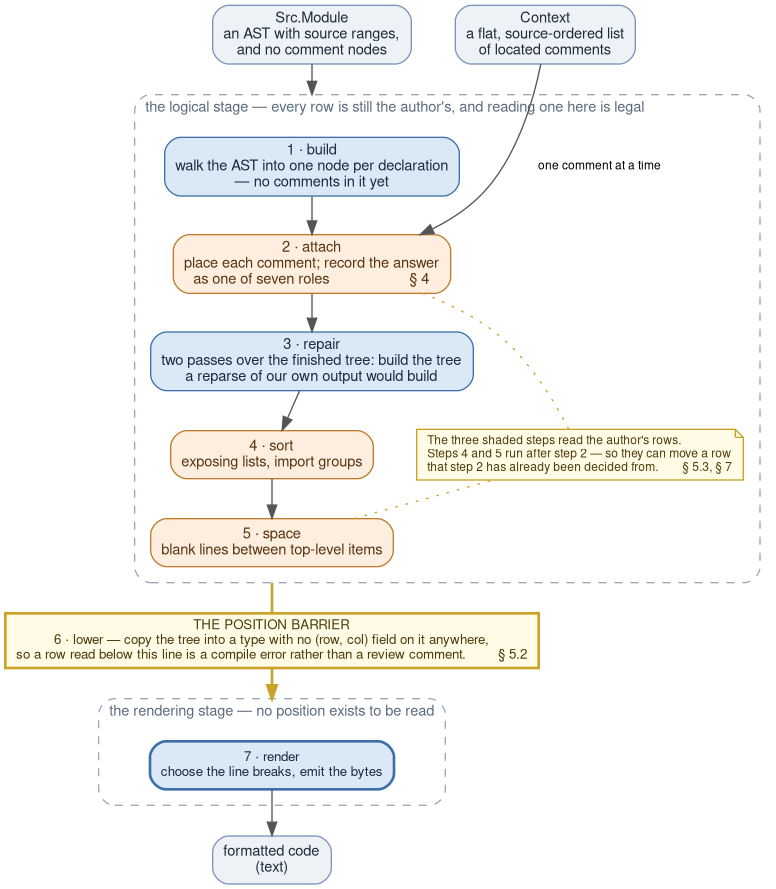
Above: docs/diagrams/position-barrier.png in gilramir/gren-format-lib (Graphviz), before the change. Its source is kept beside it as docs/diagrams/position-barrier.dot.
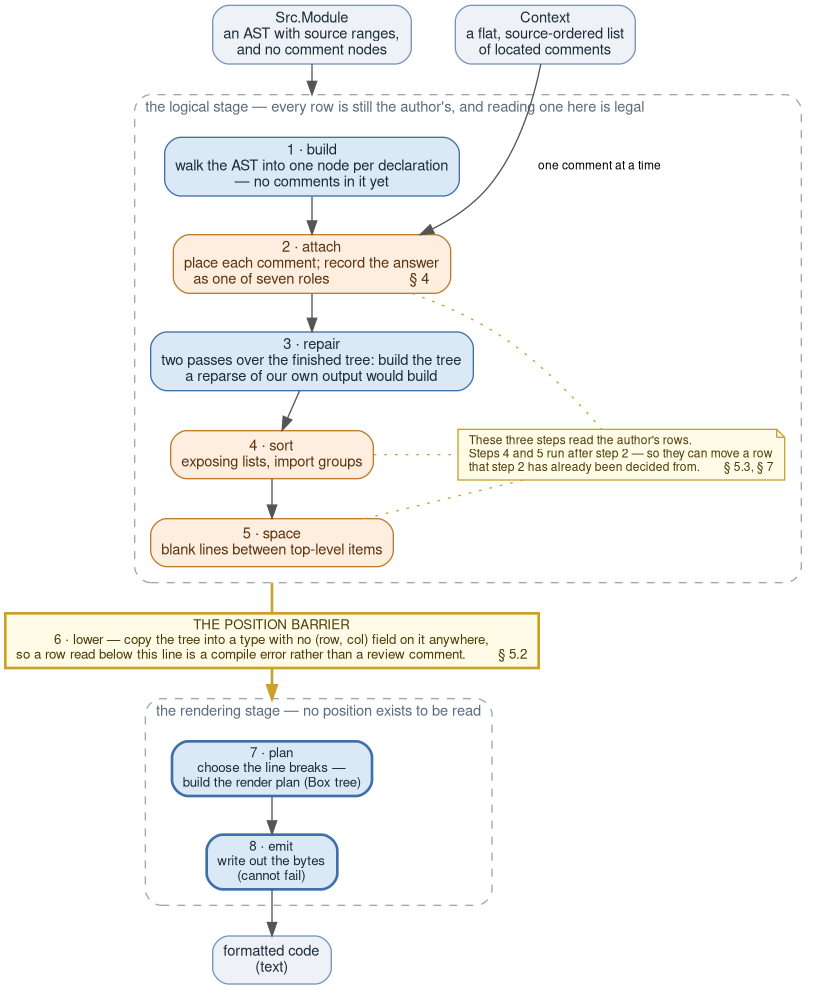
The same file after the commit.

Commit message:
docs: split the render stage in two, one note connector per shaded step

The rendering stage was a single box; it is really the render-plan build and
the byte emission, which is also how formatter-pipeline.png draws it. Eight
steps now, so §3.5's count and §5.3's step reference move with it.

The note bracketed its three steps with two dotted lines, leaving step 4
looking unmarked. One line per box.

The edit, as a diff of the source:
```diff
@@ -34,7 +34,7 @@
         s5 [group="flow", label="5 · space\nblank lines between top-level items"];
 
         node [shape=note, style=filled, fillcolor="#fffbe6", color="#c9a227", fontcolor="#4a3b06", fontsize=9];
-        rowNote [label="The three shaded steps read the author's rows.\lSteps 4 and 5 run after step 2 — so they can move a row\lthat step 2 has already been decided from.        § 5.3, § 7\l"];
+        rowNote [label="These three steps read the author's rows.\lSteps 4 and 5 run after step 2 — so they can move a row\lthat step 2 has already been decided from.        § 5.3, § 7\l"];
 
         s1 -> s2 -> s3 -> s4 -> s5;
         { rank=same; s4; rowNote }
@@ -53,16 +53,20 @@
         margin=12;
 
         node [shape=box, style="rounded,filled", fillcolor="#dbe9f7", color="#3f6fa8", fontcolor="#1c2b3a"];
-        s7 [group="flow", label="7 · render\nchoose the line breaks, emit the bytes"];
+        s7 [group="flow", label="7 · plan\nchoose the line breaks —\nbuild the render plan (Box tree)"];
+        s8 [group="flow", label="8 · emit\nwrite out the bytes\n(cannot fail)"];
+
+        s7 -> s8;
     }
 
     ast -> s1 [lhead=cluster_logical];
     ctx -> s2 [label="  one comment at a time"];
     s5  -> barrier [ltail=cluster_logical, style=bold, color="#c9a227", arrowhead=none];
     barrier -> s7  [lhead=cluster_render, style=bold, color="#c9a227"];
-    s7 -> out;
+    s8 -> out;
 
     s2 -> rowNote [style=dotted, arrowhead=none, color="#c9a227", constraint=false];
+    s4 -> rowNote [style=dotted, arrowhead=none, color="#c9a227", constraint=false];
     s5 -> rowNote [style=dotted, arrowhead=none, color="#c9a227", constraint=false];
 
     { rank=same; ast; ctx }
```
